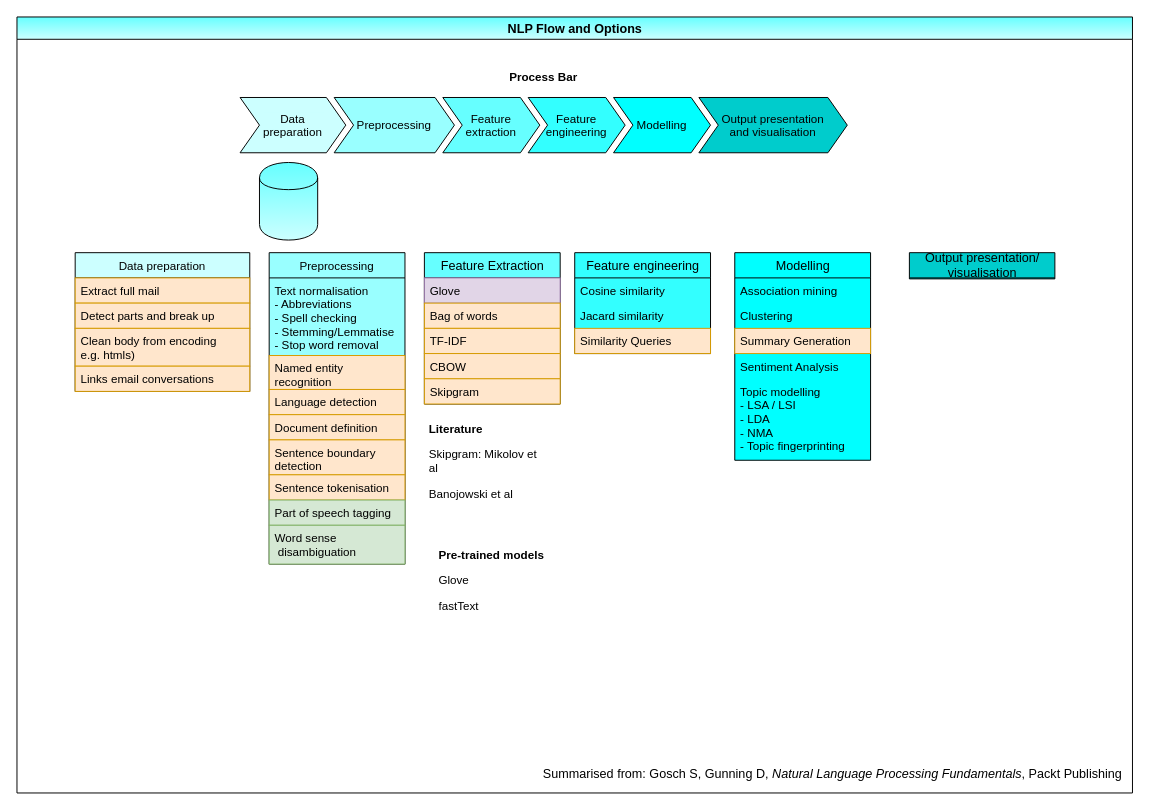
Earlier version of the draw.io diagram page "NLP flow and options" (1 of 6) of docs/Diagrams/MIT 807 diagrams.drawio (Riaal-Domingues/forensic_document_classification). Source tidied: cells renumbered, new cells numbered last; positions are measured from the earlier drawing's top-left corner, leaving out a move shared by most shapes. Both pictures are drawn from the tidied source at 97%, with x=0, y=0 at pixel (16, 16).
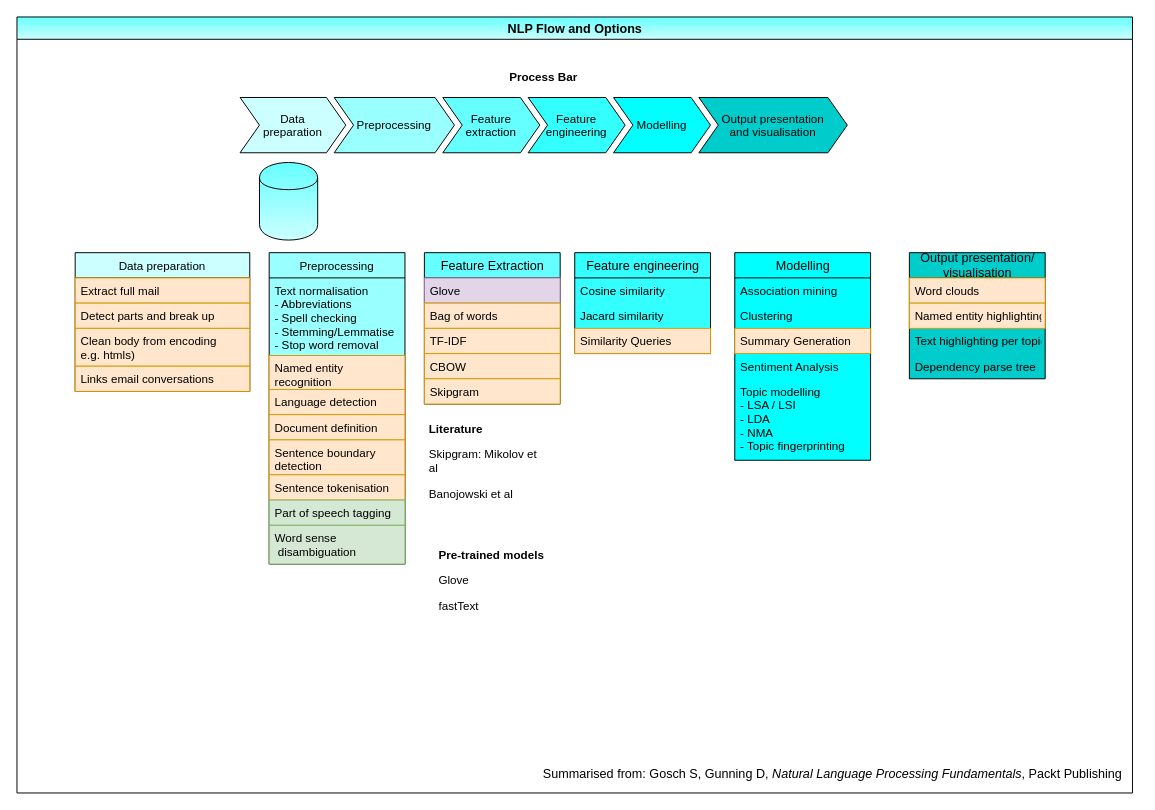
The same diagram, later.

Commit message (it also covers changes not shown here):
Updated notebook, diagrams and added thesis outline

What changed in the source:
```diff
@@
-    <mxCell id="39" value="Output presentation/&lt;br&gt;visualisation" style="swimlane;fontStyle=0;horizontal=1;startSize=26;rounded=0;shadow=0;glass=0;labelBackgroundColor=none;fontSize=13;html=1;fillColor=#00CCCC;swimlaneFillColor=#00CCCC;" parent="1" vertex="1" collapsed="1">
-      <mxGeometry x="920" y="243" width="150" height="27" as="geometry" />
+    <mxCell id="39" value="Output presentation/&lt;br&gt;visualisation" style="swimlane;fontStyle=0;horizontal=1;startSize=26;rounded=0;shadow=0;glass=0;labelBackgroundColor=none;fontSize=13;html=1;fillColor=#00CCCC;swimlaneFillColor=#00CCCC;" parent="1" vertex="1">
+      <mxGeometry x="920" y="243" width="140" height="130" as="geometry" />
     </mxCell>
+    <mxCell id="46" value="Word clouds" style="text;strokeColor=#d79b00;fillColor=#ffe6cc;align=left;verticalAlign=top;spacingLeft=4;spacingRight=4;overflow=hidden;" parent="39" vertex="1">
+      <mxGeometry y="26" width="140" height="26" as="geometry" />
+    </mxCell>
+    <mxCell id="47" value="Named entity highlighting" style="text;strokeColor=#d79b00;fillColor=#ffe6cc;align=left;verticalAlign=top;spacingLeft=4;spacingRight=4;overflow=hidden;" parent="39" vertex="1">
+      <mxGeometry y="52" width="140" height="26" as="geometry" />
+    </mxCell>
+    <mxCell id="48" value="Text highlighting per topic" style="text;strokeColor=none;fillColor=none;align=left;verticalAlign=top;spacingLeft=4;spacingRight=4;overflow=hidden;" parent="39" vertex="1">
+      <mxGeometry y="78" width="140" height="26" as="geometry" />
+    </mxCell>
+    <mxCell id="49" value="Dependency parse tree" style="text;strokeColor=none;fillColor=none;align=left;verticalAlign=top;spacingLeft=4;spacingRight=4;overflow=hidden;" parent="39" vertex="1">
+      <mxGeometry y="104" width="140" height="26" as="geometry" />
+    </mxCell>
```
